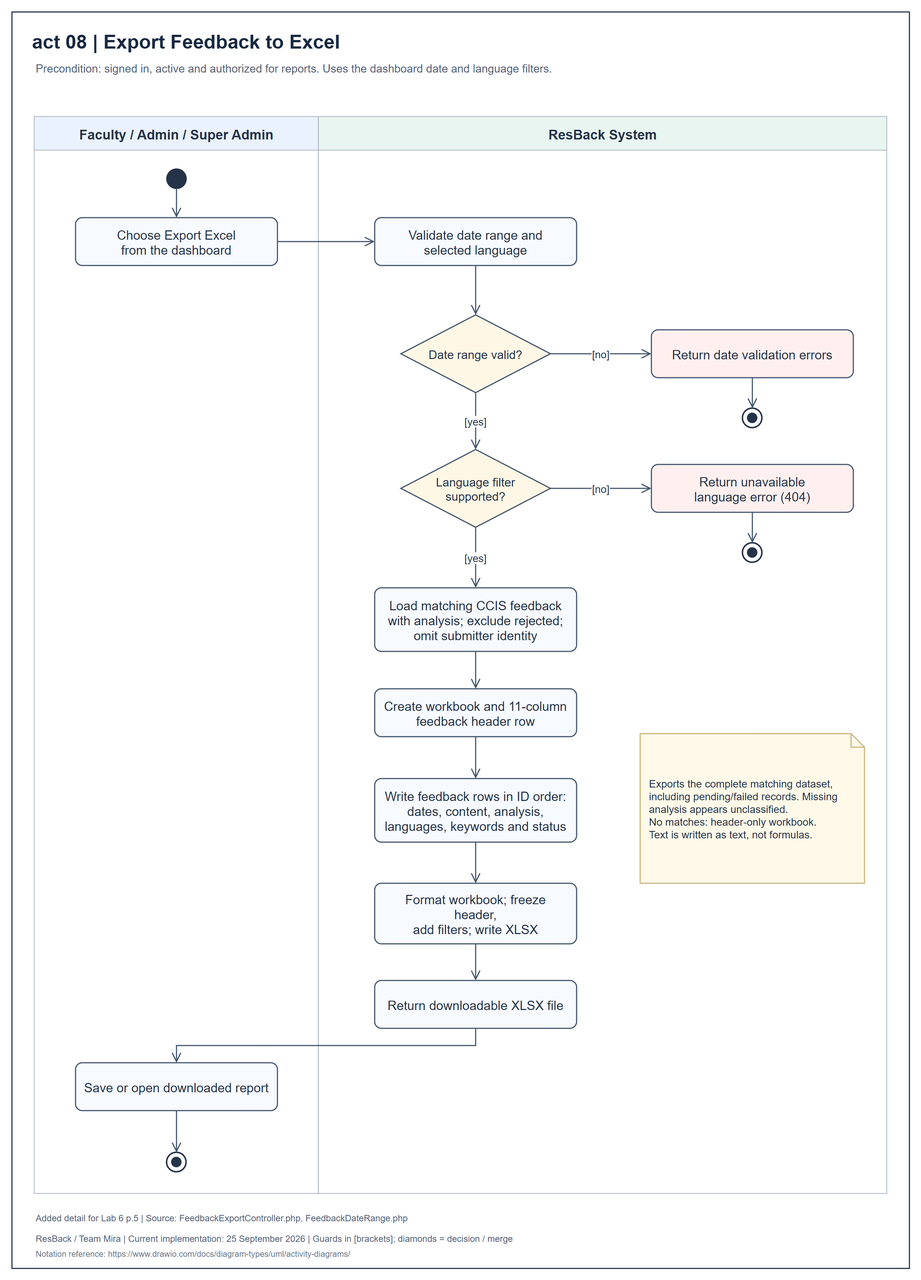
Before: diagrams/activity/png/08-export-feedback-to-excel.png, a diagram exported from draw.io (Joshua12393/resback-system). Source tidied: cells renumbered, new cells last; positions are measured from the earlier drawing's top-left corner, leaving out a move shared by most shapes.
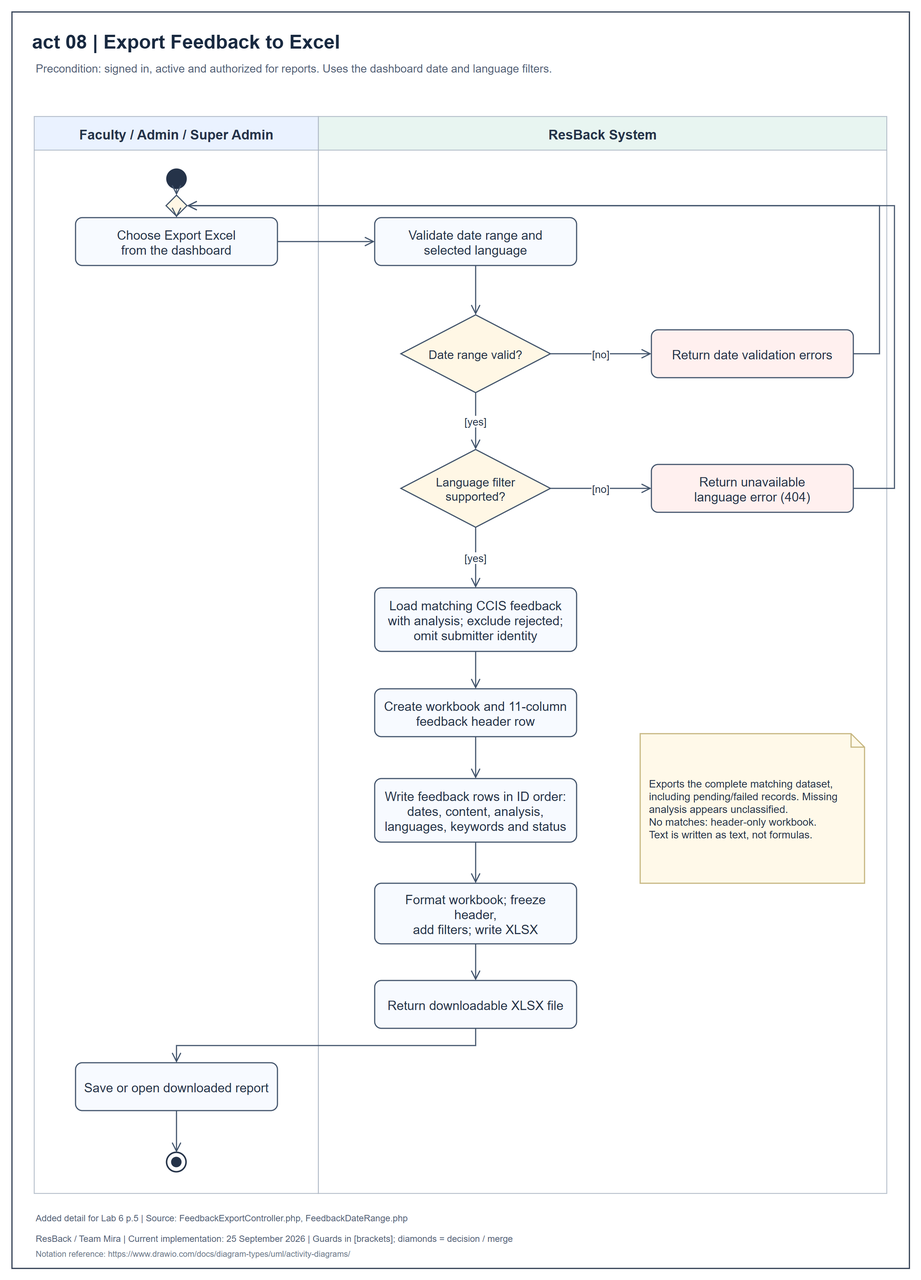
After the commit.

Change to the diagram source:
```diff
@@ -41,24 +41,12 @@
     <mxCell id="14" value="Return date validation errors" style="fontFamily=Arial;html=0;fontColor=#253349;whiteSpace=wrap;align=center;verticalAlign=middle;spacing=8;fontSize=17;strokeColor=#40526a;strokeWidth=1.5;rounded=1;arcSize=18;absoluteArcSize=1;fillColor=#fff0ef;" parent="6" vertex="1">
       <mxGeometry x="445" y="285" width="270" height="64" as="geometry" />
     </mxCell>
-    <mxCell id="15" style="fontFamily=Arial;html=0;fontColor=#253349;whiteSpace=wrap;align=center;verticalAlign=middle;spacing=8;fontSize=17;strokeColor=#40526a;strokeWidth=1.5;shape=ellipse;fillColor=#ffffff;strokeColor=#253349;strokeWidth=2;" parent="6" vertex="1">
-      <mxGeometry x="567" y="390" width="26" height="26" as="geometry" />
-    </mxCell>
-    <mxCell id="16" style="fontFamily=Arial;html=0;fontColor=#253349;shape=ellipse;fillColor=#253349;strokeColor=none;" parent="6" vertex="1">
-      <mxGeometry x="573" y="396" width="14" height="14" as="geometry" />
-    </mxCell>
     <mxCell id="17" value="Language filter&#10;supported?" style="fontFamily=Arial;html=0;fontColor=#253349;whiteSpace=wrap;align=center;verticalAlign=middle;spacing=8;fontSize=17;strokeColor=#40526a;strokeWidth=1.5;shape=rhombus;fillColor=#fff7e5;fontSize=16;spacing=0;" parent="6" vertex="1">
       <mxGeometry x="110" y="445" width="200" height="104" as="geometry" />
     </mxCell>
     <mxCell id="18" value="Return unavailable&#10;language error (404)" style="fontFamily=Arial;html=0;fontColor=#253349;whiteSpace=wrap;align=center;verticalAlign=middle;spacing=8;fontSize=17;strokeColor=#40526a;strokeWidth=1.5;rounded=1;arcSize=18;absoluteArcSize=1;fillColor=#fff0ef;" parent="6" vertex="1">
       <mxGeometry x="445" y="465" width="270" height="64" as="geometry" />
     </mxCell>
-    <mxCell id="19" style="fontFamily=Arial;html=0;fontColor=#253349;whiteSpace=wrap;align=center;verticalAlign=middle;spacing=8;fontSize=17;strokeColor=#40526a;strokeWidth=1.5;shape=ellipse;fillColor=#ffffff;strokeColor=#253349;strokeWidth=2;" parent="6" vertex="1">
-      <mxGeometry x="567" y="570" width="26" height="26" as="geometry" />
-    </mxCell>
-    <mxCell id="20" style="fontFamily=Arial;html=0;fontColor=#253349;shape=ellipse;fillColor=#253349;strokeColor=none;" parent="6" vertex="1">
-      <mxGeometry x="573" y="576" width="14" height="14" as="geometry" />
-    </mxCell>
     <mxCell id="21" value="Load matching CCIS feedback&#10;with analysis; exclude rejected;&#10;omit submitter identity" style="fontFamily=Arial;html=0;fontColor=#253349;whiteSpace=wrap;align=center;verticalAlign=middle;spacing=8;fontSize=17;strokeColor=#40526a;strokeWidth=1.5;rounded=1;arcSize=18;absoluteArcSize=1;fillColor=#f7faff;" parent="6" vertex="1">
       <mxGeometry x="75" y="630" width="270" height="85" as="geometry" />
     </mxCell>
@@ -86,7 +74,7 @@
     <mxCell id="29" style="fontFamily=Arial;html=0;fontColor=#253349;shape=ellipse;fillColor=#253349;strokeColor=none;" parent="5" vertex="1">
       <mxGeometry x="183" y="1391" width="14" height="14" as="geometry" />
     </mxCell>
-    <mxCell id="30" style="edgeStyle=none;rounded=0;html=0;endArrow=open;endFill=0;endSize=10;strokeColor=#40526a;strokeWidth=1.5;fontSize=14;fontFamily=Arial;fontColor=#253349;labelBackgroundColor=#ffffff;exitX=0.5;exitY=1;entryX=0.5;entryY=0;exitPerimeter=0;entryPerimeter=0;" parent="1" edge="1" source="10" target="11">
+    <mxCell id="30" style="edgeStyle=none;rounded=0;html=0;endArrow=open;endFill=0;endSize=10;strokeColor=#40526a;strokeWidth=1.5;fontSize=14;fontFamily=Arial;fontColor=#253349;labelBackgroundColor=#ffffff;exitX=0.5;exitY=1;entryX=0.5;entryY=0;exitPerimeter=0;entryPerimeter=0;" parent="1" edge="1" source="10" target="45">
       <mxGeometry relative="1" as="geometry" />
     </mxCell>
     <mxCell id="31" style="edgeStyle=none;rounded=0;html=0;endArrow=open;endFill=0;endSize=10;strokeColor=#40526a;strokeWidth=1.5;fontSize=14;fontFamily=Arial;fontColor=#253349;labelBackgroundColor=#ffffff;exitX=1;exitY=0.5;entryX=0;entryY=0.5;exitPerimeter=0;entryPerimeter=0;" parent="1" edge="1" source="11" target="12">
@@ -98,18 +86,12 @@
     <mxCell id="33" value="[no]" style="edgeStyle=none;rounded=0;html=0;endArrow=open;endFill=0;endSize=10;strokeColor=#40526a;strokeWidth=1.5;fontSize=14;fontFamily=Arial;fontColor=#253349;labelBackgroundColor=#ffffff;exitX=1;exitY=0.5;entryX=0;entryY=0.5;exitPerimeter=0;entryPerimeter=0;" parent="1" edge="1" source="13" target="14">
       <mxGeometry relative="1" as="geometry" />
     </mxCell>
-    <mxCell id="34" style="edgeStyle=none;rounded=0;html=0;endArrow=open;endFill=0;endSize=10;strokeColor=#40526a;strokeWidth=1.5;fontSize=14;fontFamily=Arial;fontColor=#253349;labelBackgroundColor=#ffffff;exitX=0.5;exitY=1;entryX=0.5;entryY=0;exitPerimeter=0;entryPerimeter=0;" parent="1" edge="1" source="14" target="15">
-      <mxGeometry relative="1" as="geometry" />
-    </mxCell>
     <mxCell id="35" value="[yes]" style="edgeStyle=none;rounded=0;html=0;endArrow=open;endFill=0;endSize=10;strokeColor=#40526a;strokeWidth=1.5;fontSize=14;fontFamily=Arial;fontColor=#253349;labelBackgroundColor=#ffffff;exitX=0.5;exitY=1;entryX=0.5;entryY=0;exitPerimeter=0;entryPerimeter=0;" parent="1" edge="1" source="13" target="17">
       <mxGeometry relative="1" as="geometry" />
     </mxCell>
     <mxCell id="36" value="[no]" style="edgeStyle=none;rounded=0;html=0;endArrow=open;endFill=0;endSize=10;strokeColor=#40526a;strokeWidth=1.5;fontSize=14;fontFamily=Arial;fontColor=#253349;labelBackgroundColor=#ffffff;exitX=1;exitY=0.5;entryX=0;entryY=0.5;exitPerimeter=0;entryPerimeter=0;" parent="1" edge="1" source="17" target="18">
       <mxGeometry relative="1" as="geometry" />
     </mxCell>
-    <mxCell id="37" style="edgeStyle=none;rounded=0;html=0;endArrow=open;endFill=0;endSize=10;strokeColor=#40526a;strokeWidth=1.5;fontSize=14;fontFamily=Arial;fontColor=#253349;labelBackgroundColor=#ffffff;exitX=0.5;exitY=1;entryX=0.5;entryY=0;exitPerimeter=0;entryPerimeter=0;" parent="1" edge="1" source="18" target="19">
-      <mxGeometry relative="1" as="geometry" />
-    </mxCell>
     <mxCell id="38" value="[yes]" style="edgeStyle=none;rounded=0;html=0;endArrow=open;endFill=0;endSize=10;strokeColor=#40526a;strokeWidth=1.5;fontSize=14;fontFamily=Arial;fontColor=#253349;labelBackgroundColor=#ffffff;exitX=0.5;exitY=1;entryX=0.5;entryY=0;exitPerimeter=0;entryPerimeter=0;" parent="1" edge="1" source="17" target="21">
       <mxGeometry relative="1" as="geometry" />
     </mxCell>
@@ -136,5 +118,27 @@
     <mxCell id="44" style="edgeStyle=none;rounded=0;html=0;endArrow=open;endFill=0;endSize=10;strokeColor=#40526a;strokeWidth=1.5;fontSize=14;fontFamily=Arial;fontColor=#253349;labelBackgroundColor=#ffffff;exitX=0.5;exitY=1;entryX=0.5;entryY=0;exitPerimeter=0;entryPerimeter=0;" parent="1" edge="1" source="27" target="28">
       <mxGeometry relative="1" as="geometry" />
     </mxCell>
+    <mxCell id="45" style="fontFamily=Arial;shape=rhombus;fillColor=#fff7e5;strokeColor=#40526a;strokeWidth=1.5;" parent="5" vertex="1">
+      <mxGeometry x="176" y="105" width="28" height="28" as="geometry" />
+    </mxCell>
+    <mxCell id="46" style="edgeStyle=none;rounded=0;html=0;endArrow=open;endFill=0;endSize=10;strokeColor=#40526a;strokeWidth=1.5;fontSize=14;fontFamily=Arial;fontColor=#253349;labelBackgroundColor=#ffffff;exitX=0.5;exitY=1;entryX=0.5;entryY=0;exitPerimeter=0;entryPerimeter=0;" parent="1" edge="1" source="45" target="11">
+      <mxGeometry relative="1" as="geometry" />
+    </mxCell>
+    <mxCell id="47" style="edgeStyle=none;rounded=0;html=0;endArrow=open;endFill=0;endSize=10;strokeColor=#40526a;strokeWidth=1.5;fontSize=14;fontFamily=Arial;fontColor=#253349;labelBackgroundColor=#ffffff;exitX=1;exitY=0.5;entryX=1;entryY=0.5;exitPerimeter=0;entryPerimeter=0;" parent="1" edge="1" source="14" target="45">
+      <mxGeometry relative="1" as="geometry">
+        <Array as="points">
+          <mxPoint x="1160" y="457" />
+          <mxPoint x="1160" y="259" />
+        </Array>
+      </mxGeometry>
+    </mxCell>
+    <mxCell id="48" style="edgeStyle=none;rounded=0;html=0;endArrow=open;endFill=0;endSize=10;strokeColor=#40526a;strokeWidth=1.5;fontSize=14;fontFamily=Arial;fontColor=#253349;labelBackgroundColor=#ffffff;exitX=1;exitY=0.5;entryX=1;entryY=0.5;exitPerimeter=0;entryPerimeter=0;" parent="1" edge="1" source="18" target="45">
+      <mxGeometry relative="1" as="geometry">
+        <Array as="points">
+          <mxPoint x="1180" y="637" />
+          <mxPoint x="1180" y="259" />
+        </Array>
+      </mxGeometry>
+    </mxCell>
   </root>
 </mxGraphModel>
```
